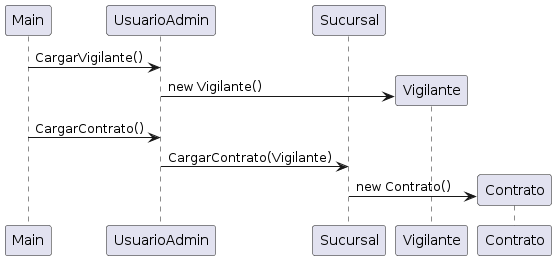
This is Documentacion/DiagramaSecuenciaCargarContrato.png from IMettaINSPT/1ParcialP2, a PlantUML export, as it was before one commit.
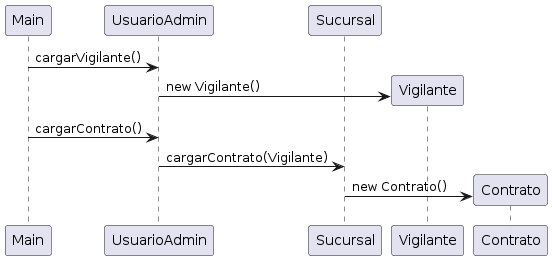
The same diagram one commit later.

Change to the diagram source:
```diff
@@ -5,9 +5,9 @@
 participant Vigilante
 participant Contrato
 
-Main->UsuarioAdmin:CargarVigilante()
+Main->UsuarioAdmin:cargarVigilante()
 UsuarioAdmin->Vigilante **:new Vigilante()
-Main->UsuarioAdmin:CargarContrato()
-UsuarioAdmin->Sucursal: CargarContrato(Vigilante)
+Main->UsuarioAdmin:cargarContrato()
+UsuarioAdmin->Sucursal: cargarContrato(Vigilante)
 Sucursal->Contrato **: new Contrato()
 @enduml
```
